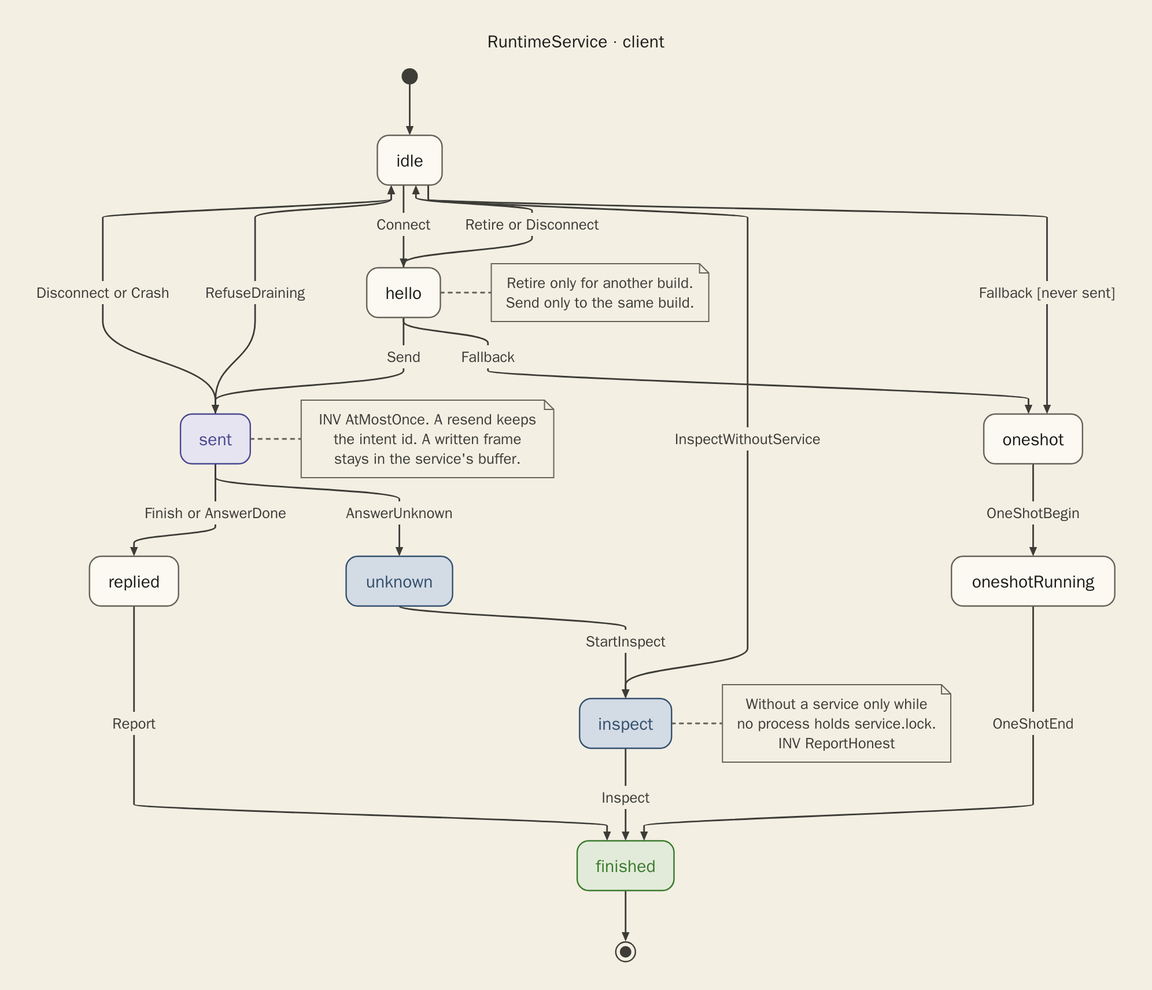
hack-dance/hack keeps this Mermaid diagram as docs/diagrams/runtime-service-client.png. Above is the earlier version. Its source is kept beside it as docs/diagrams/runtime-service-client.mmd.
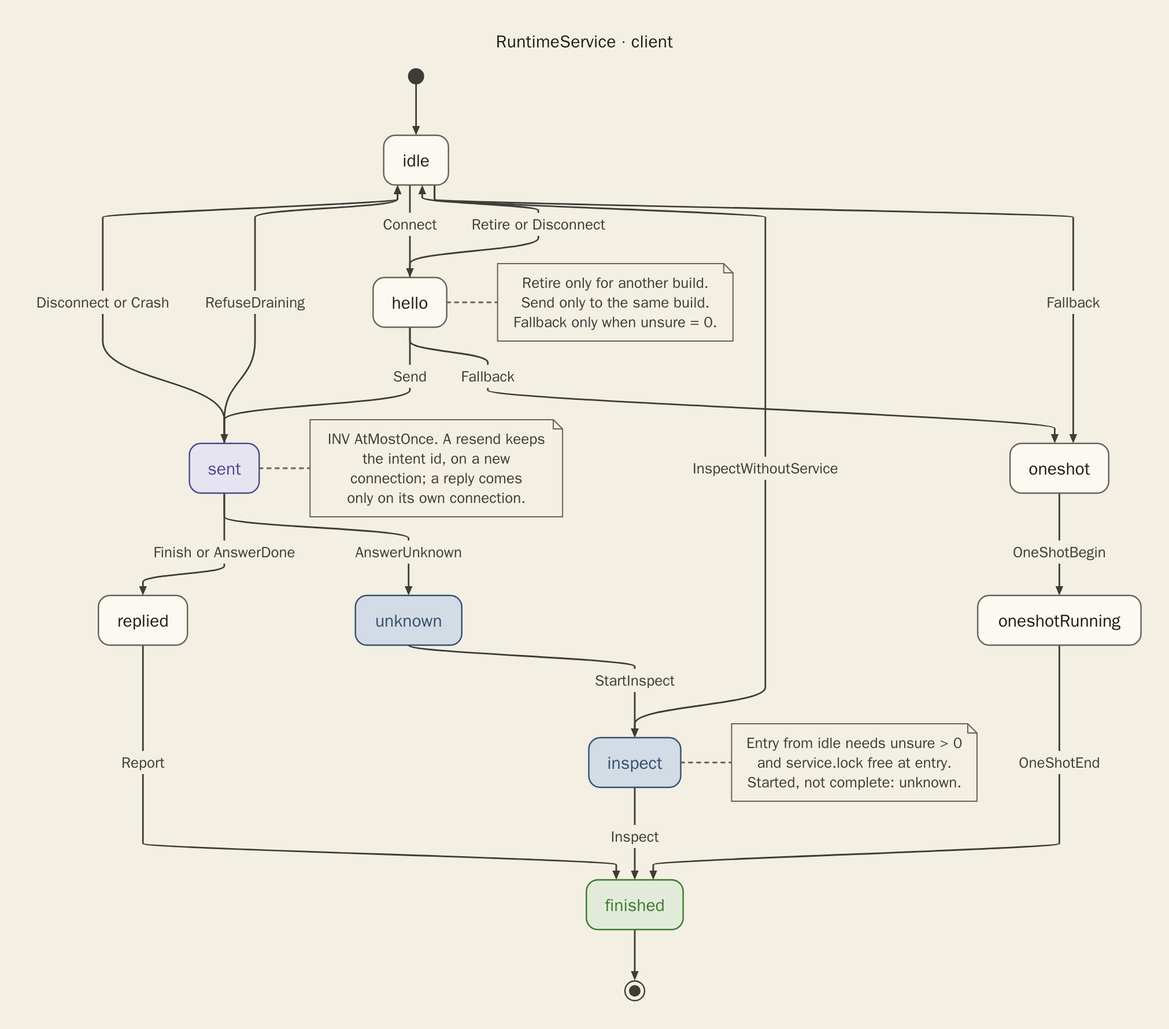
After the commit.

Change to the diagram source:
```diff
@@ -12,7 +12,7 @@
     sent --> idle : RefuseDraining
     sent --> replied : Finish or AnswerDone
     sent --> unknown : AnswerUnknown
-    idle --> oneshot : Fallback [never sent]
+    idle --> oneshot : Fallback
     oneshot --> oneshotRunning : OneShotBegin
     oneshotRunning --> finished : OneShotEnd
     idle --> inspect : InspectWithoutService
@@ -23,16 +23,18 @@
     note right of hello
         Retire only for another build.
         Send only to the same build.
+        Fallback only when unsure = 0.
     end note
     note right of sent
         INV AtMostOnce. A resend keeps
-        the intent id. A written frame
-        stays in the service's buffer.
+        the intent id, on a new
+        connection; a reply comes
+        only on its own connection.
     end note
     note right of inspect
-        Without a service only while
-        no process holds service.lock.
-        INV ReportHonest
+        Entry from idle needs unsure > 0
+        and service.lock free at entry.
+        Started, not complete: unknown.
     end note
     class sent live
     class unknown wait
```
